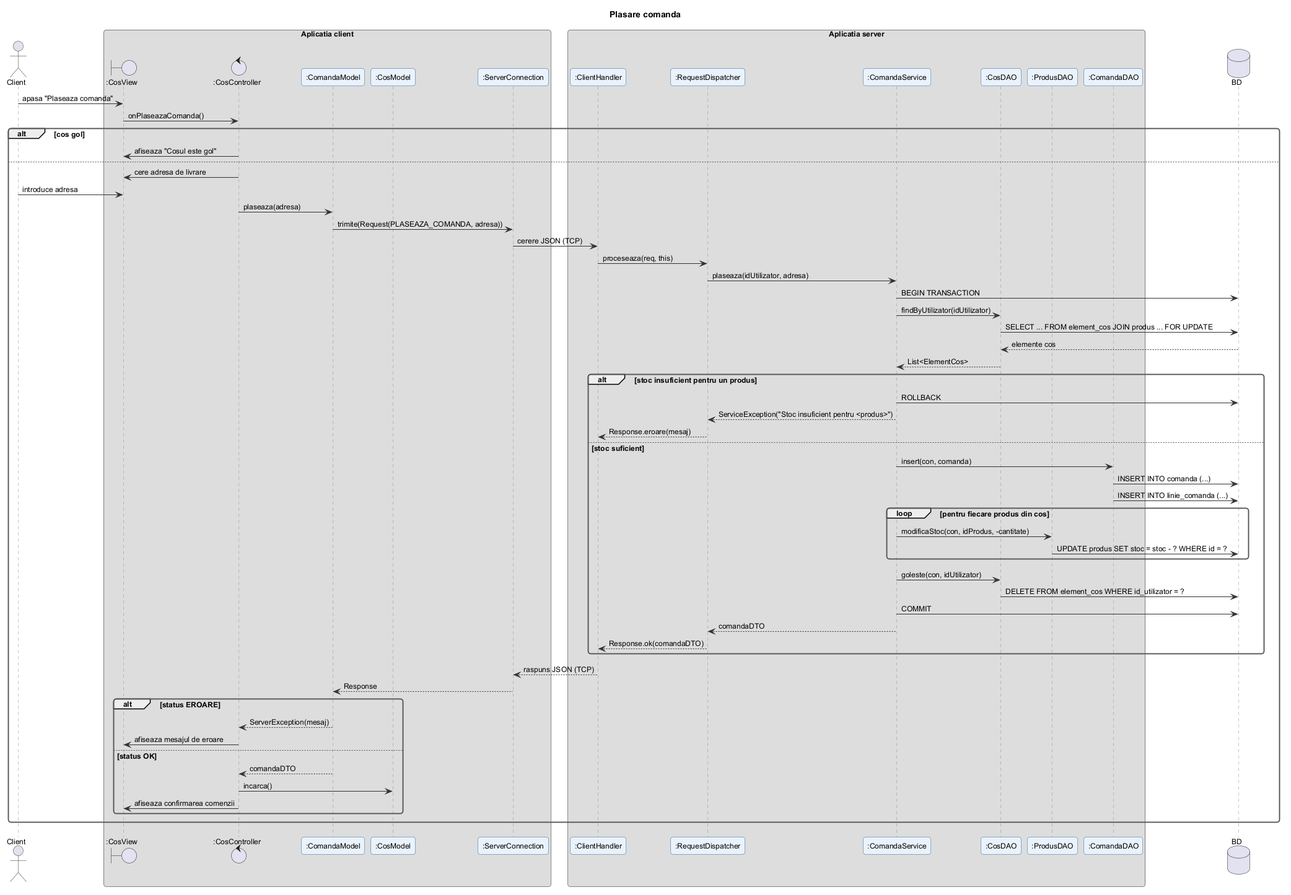
Earlier version of the PlantUML export docs/diagrame/6_secventa/plasare_comanda.png (filip-eanu/ProiectIS). Source of this version:
```plantuml
@startuml plasare_comanda
!include ../_stil.iuml
title Plasare comanda

actor Client
box "Aplicatia client"
boundary ":CosView" as V
control ":CosController" as C
participant ":ComandaModel" as M
participant ":CosModel" as CM
participant ":ServerConnection" as SC
end box
box "Aplicatia server"
participant ":ClientHandler" as CH
participant ":RequestDispatcher" as RD
participant ":ComandaService" as S
participant ":CosDAO" as CD
participant ":ProdusDAO" as PD
participant ":ComandaDAO" as D
end box
database "BD" as DB

Client -> V : apasa "Plaseaza comanda"
V -> C : onPlaseazaComanda()
alt cos gol
  C -> V : afiseaza "Cosul este gol"
else
  C -> V : cere adresa de livrare
  Client -> V : introduce adresa
  C -> M : plaseaza(adresa)
  M -> SC : trimite(Request(PLASEAZA_COMANDA, adresa))
  SC -> CH : cerere JSON (TCP)
  CH -> RD : proceseaza(req, this)
  RD -> S : plaseaza(idUtilizator, adresa)
  S -> DB : BEGIN TRANSACTION
  S -> CD : findByUtilizator(idUtilizator)
  CD -> DB : SELECT ... FROM element_cos JOIN produs ... FOR UPDATE
  DB --> CD : elemente cos
  CD --> S : List<ElementCos>
  alt stoc insuficient pentru un produs
    S -> DB : ROLLBACK
    S --> RD : ServiceException("Stoc insuficient pentru <produs>")
    RD --> CH : Response.eroare(mesaj)
  else stoc suficient
    S -> D : insert(con, comanda)
    D -> DB : INSERT INTO comanda (...)
    D -> DB : INSERT INTO linie_comanda (...)
    loop pentru fiecare produs din cos
      S -> PD : modificaStoc(con, idProdus, -cantitate)
      PD -> DB : UPDATE produs SET stoc = stoc - ? WHERE id = ?
    end
    S -> CD : goleste(con, idUtilizator)
    CD -> DB : DELETE FROM element_cos WHERE id_utilizator = ?
    S -> DB : COMMIT
    S --> RD : comandaDTO
    RD --> CH : Response.ok(comandaDTO)
  end
  CH --> SC : raspuns JSON (TCP)
  SC --> M : Response
  alt status EROARE
    M --> C : ServerException(mesaj)
    C -> V : afiseaza mesajul de eroare
  else status OK
    M --> C : comandaDTO
    C -> CM : incarca()
    C -> V : afiseaza confirmarea comenzii
  end
end
@enduml
```
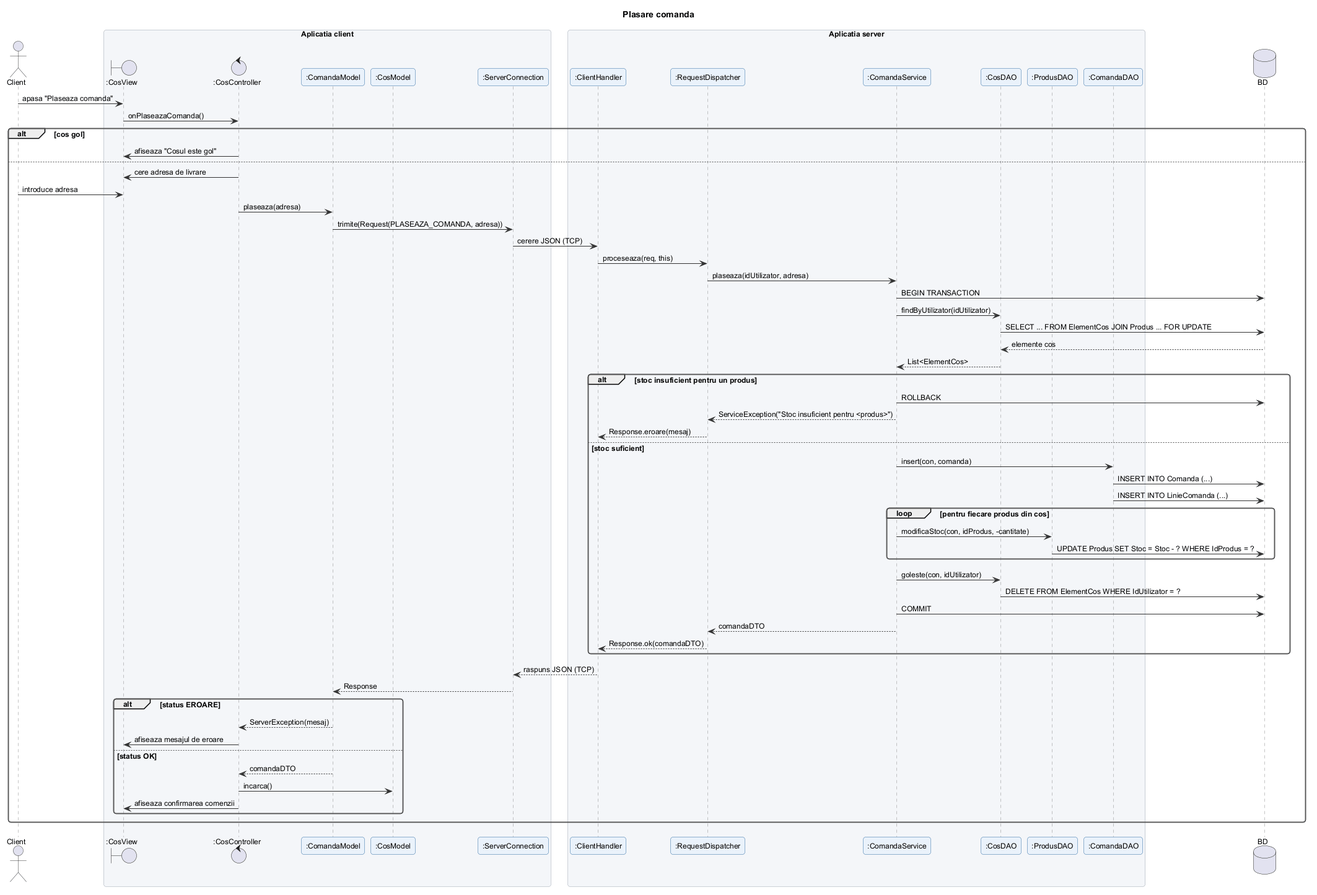
Later version of the same file.

Diff of the diagram source:
```diff
@@ -34,7 +34,7 @@
   RD -> S : plaseaza(idUtilizator, adresa)
   S -> DB : BEGIN TRANSACTION
   S -> CD : findByUtilizator(idUtilizator)
-  CD -> DB : SELECT ... FROM element_cos JOIN produs ... FOR UPDATE
+  CD -> DB : SELECT ... FROM ElementCos JOIN Produs ... FOR UPDATE
   DB --> CD : elemente cos
   CD --> S : List<ElementCos>
   alt stoc insuficient pentru un produs
@@ -43,14 +43,14 @@
     RD --> CH : Response.eroare(mesaj)
   else stoc suficient
     S -> D : insert(con, comanda)
-    D -> DB : INSERT INTO comanda (...)
-    D -> DB : INSERT INTO linie_comanda (...)
+    D -> DB : INSERT INTO Comanda (...)
+    D -> DB : INSERT INTO LinieComanda (...)
     loop pentru fiecare produs din cos
       S -> PD : modificaStoc(con, idProdus, -cantitate)
-      PD -> DB : UPDATE produs SET stoc = stoc - ? WHERE id = ?
+      PD -> DB : UPDATE Produs SET Stoc = Stoc - ? WHERE IdProdus = ?
     end
     S -> CD : goleste(con, idUtilizator)
-    CD -> DB : DELETE FROM element_cos WHERE id_utilizator = ?
+    CD -> DB : DELETE FROM ElementCos WHERE IdUtilizator = ?
     S -> DB : COMMIT
     S --> RD : comandaDTO
     RD --> CH : Response.ok(comandaDTO)
```
